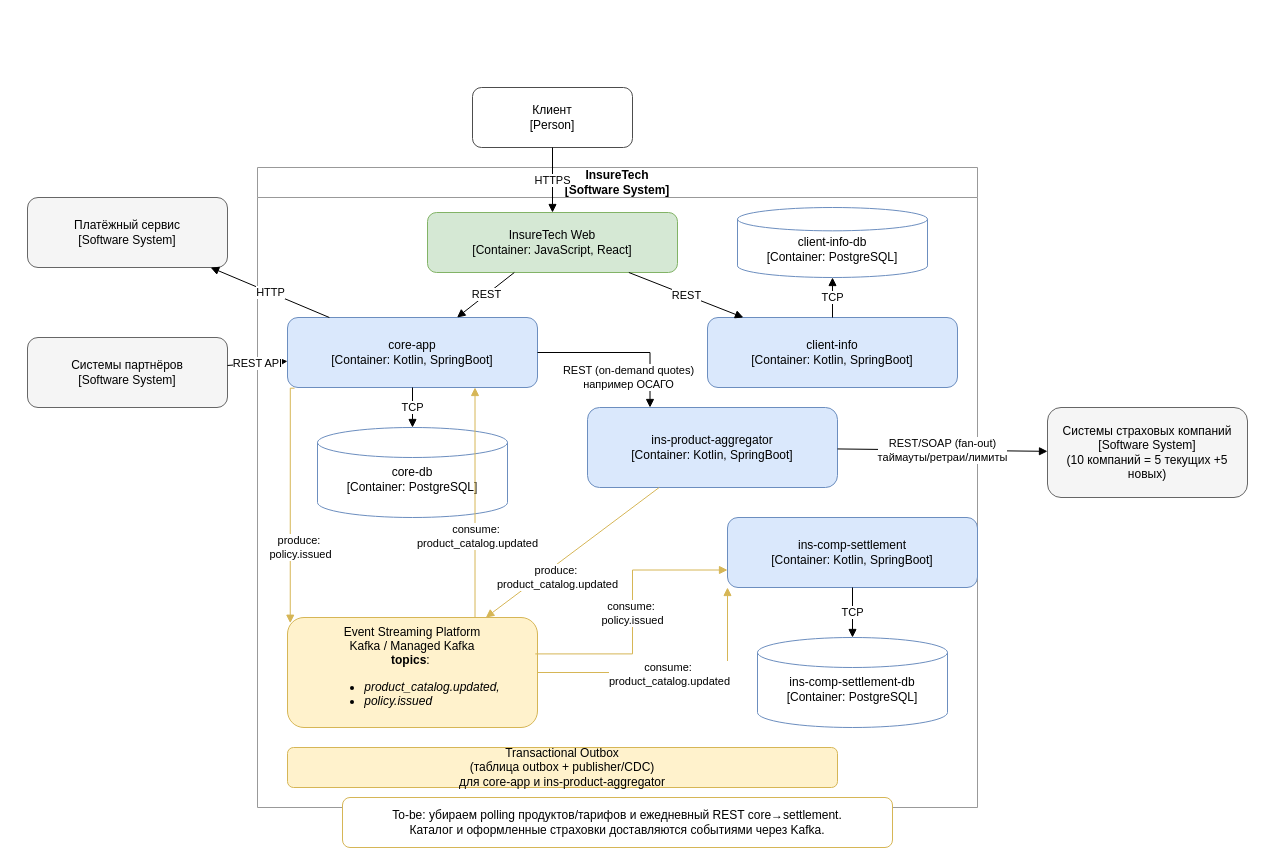
Above: Task3/InsureTech_container_to-be.drawio in aymanstepanova/architecture-insure-tech (draw.io), before the change. Source tidied: cells renumbered, new cells numbered last; positions are measured from the earlier drawing's top-left corner, leaving out a move shared by most shapes. Both pictures are drawn from the tidied source at 100%, with x=0, y=0 at pixel (27, 87).
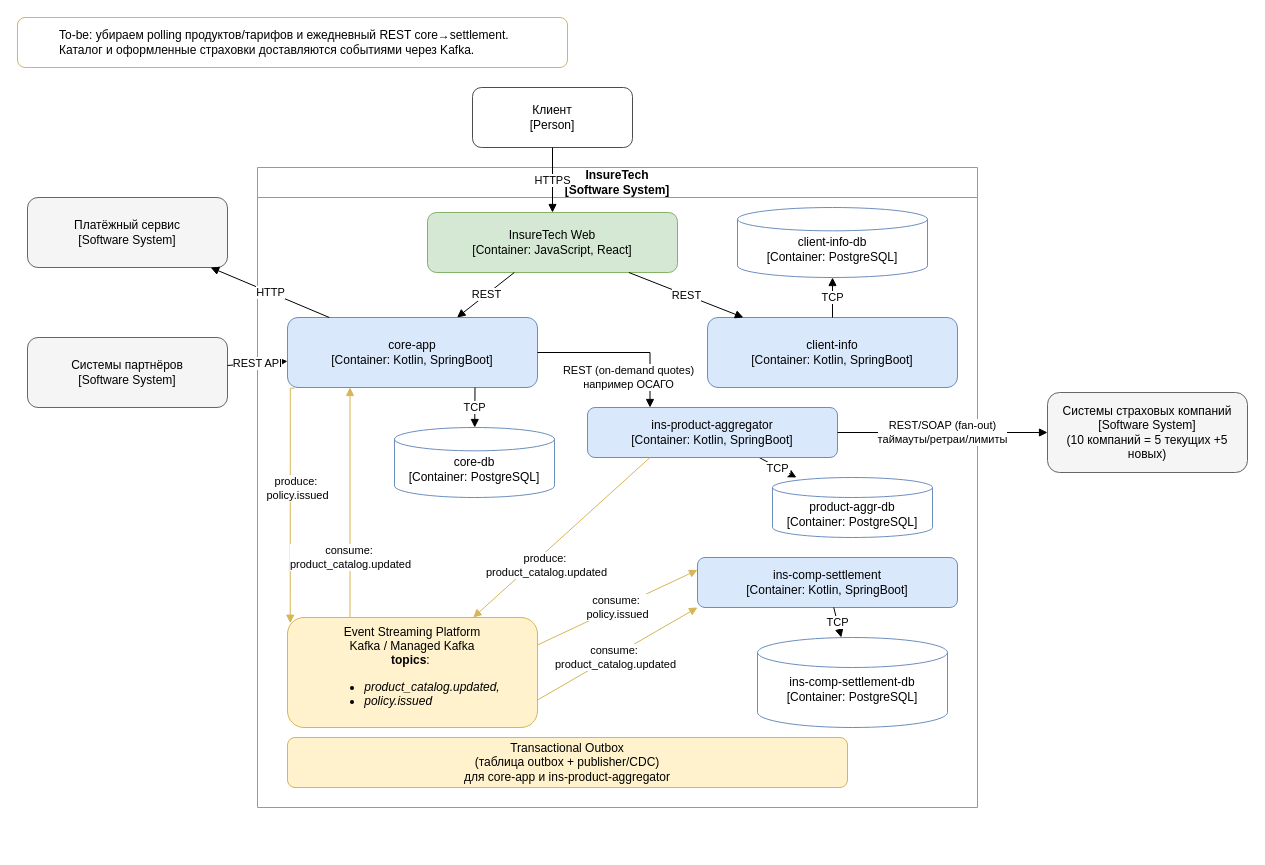
After the change.

The change refers to these unchanged cells:
```xml
<mxCell id="6" value="InsureTech&#10;[Software System]" style="swimlane;whiteSpace=wrap;html=1;rounded=0;strokeColor=#999999;fillColor=none;startSize=30;" parent="1" vertex="1">
  <mxGeometry x="230" y="80" width="720" height="640" as="geometry" />
</mxCell>
<mxCell id="8" value="core-app&#10;[Container: Kotlin, SpringBoot]" style="rounded=1;whiteSpace=wrap;html=1;fillColor=#dae8fc;strokeColor=#6c8ebf;" parent="6" vertex="1">
  <mxGeometry x="30" y="150" width="250" height="70" as="geometry" />
</mxCell>
<mxCell id="15" value="Event Streaming Platform&lt;br&gt;Kafka / Managed Kafka&lt;br&gt;&lt;b&gt;topics&lt;/b&gt;:&amp;nbsp;&lt;div&gt;&lt;div style=&quot;text-align: left;&quot;&gt;&lt;ul&gt;&lt;li&gt;&lt;i style=&quot;background-color: transparent; color: light-dark(rgb(0, 0, 0), rgb(255, 255, 255));&quot;&gt;product_catalog.updated,&lt;/i&gt;&lt;/li&gt;&lt;li&gt;&lt;i&gt;policy.issued&lt;/i&gt;&lt;/li&gt;&lt;/ul&gt;&lt;/div&gt;&lt;/div&gt;" style="rounded=1;whiteSpace=wrap;html=1;fillColor=#fff2cc;strokeColor=#d6b656;" parent="6" vertex="1">
  <mxGeometry x="30" y="450" width="250" height="110" as="geometry" />
</mxCell>
```

Change to the diagram source:
```diff
@@
     <mxCell id="5" value="Системы страховых компаний&lt;br&gt;[Software System]&lt;br&gt;(10 компаний = 5 текущих +5 новых)" style="rounded=1;whiteSpace=wrap;html=1;fillColor=#f5f5f5;strokeColor=#666666;" parent="1" vertex="1">
-      <mxGeometry x="1020" y="320" width="200" height="90" as="geometry" />
+      <mxGeometry x="1020" y="305" width="200" height="80" as="geometry" />
     </mxCell>
@@
+    <mxCell id="33" style="rounded=0;jettySize=auto;html=1;" parent="6" edge="1" source="10" target="35">
+      <mxGeometry relative="1" as="geometry" />
+    </mxCell>
+    <mxCell id="34" value="TCP" style="edgeLabel;html=1;align=center;verticalAlign=middle;" parent="33" vertex="1">
+      <mxGeometry x="0.01" y="-1" relative="1" as="geometry" />
+    </mxCell>
     <mxCell id="10" value="ins-product-aggregator&#10;[Container: Kotlin, SpringBoot]" style="rounded=1;whiteSpace=wrap;html=1;fillColor=#dae8fc;strokeColor=#6c8ebf;" parent="6" vertex="1">
-      <mxGeometry x="330" y="240" width="250" height="80" as="geometry" />
+      <mxGeometry x="330" y="240" width="250" height="50" as="geometry" />
     </mxCell>
     <mxCell id="11" value="ins-comp-settlement&#10;[Container: Kotlin, SpringBoot]" style="rounded=1;whiteSpace=wrap;html=1;fillColor=#dae8fc;strokeColor=#6c8ebf;" parent="6" vertex="1">
-      <mxGeometry x="470" y="350" width="250" height="70" as="geometry" />
+      <mxGeometry x="440" y="390" width="260" height="50" as="geometry" />
     </mxCell>
     <mxCell id="12" value="&lt;div&gt;&lt;br&gt;&lt;/div&gt;core-db&lt;br&gt;[Container: PostgreSQL]" style="shape=mxgraph.flowchart.database;whiteSpace=wrap;html=1;fillColor=#ffffff;strokeColor=#6c8ebf;" parent="6" vertex="1">
-      <mxGeometry x="60" y="260" width="190" height="90" as="geometry" />
+      <mxGeometry x="137" y="260" width="160" height="70" as="geometry" />
     </mxCell>
@@
     <mxCell id="16" value="Transactional Outbox&#10;(таблица outbox + publisher/CDC)&#10;для core-app и ins-product-aggregator" style="rounded=1;whiteSpace=wrap;html=1;fillColor=#fff2cc;strokeColor=#d6b656;" parent="6" vertex="1">
-      <mxGeometry x="30" y="580" width="550" height="40" as="geometry" />
+      <mxGeometry x="30" y="570" width="560" height="50" as="geometry" />
     </mxCell>
     <mxCell id="17" value="produce:&amp;nbsp;&lt;div&gt;policy.issued&lt;/div&gt;" style="endArrow=block;html=1;rounded=0;strokeColor=#d6b656;entryX=0.011;entryY=0.052;entryDx=0;entryDy=0;entryPerimeter=0;exitX=0.028;exitY=1.01;exitDx=0;exitDy=0;exitPerimeter=0;edgeStyle=orthogonalEdgeStyle;" parent="6" edge="1" source="8" target="15">
-      <mxGeometry x="0.36" y="10" relative="1" as="geometry">
+      <mxGeometry x="-0.13" y="7" relative="1" as="geometry">
         <Array as="points">
           <mxPoint x="33" y="221" />
         </Array>
       </mxGeometry>
     </mxCell>
-    <mxCell id="18" value="consume:&amp;nbsp;&lt;div&gt;policy.issued&lt;/div&gt;" style="endArrow=block;html=1;rounded=0;strokeColor=#d6b656;exitX=0.991;exitY=0.331;exitDx=0;exitDy=0;exitPerimeter=0;edgeStyle=orthogonalEdgeStyle;entryX=0;entryY=0.75;entryDx=0;entryDy=0;" parent="6" edge="1" source="15" target="11">
+    <mxCell id="18" value="consume:&amp;nbsp;&lt;div&gt;policy.issued&lt;/div&gt;" style="endArrow=block;html=1;rounded=0;strokeColor=#d6b656;exitX=1;exitY=0.25;exitDx=0;exitDy=0;entryX=0;entryY=0.25;entryDx=0;entryDy=0;" parent="6" edge="1" source="15" target="11">
       <mxGeometry relative="1" as="geometry" />
     </mxCell>
+    <mxCell id="35" value="&lt;div&gt;&lt;br&gt;&lt;/div&gt;product-aggr-db&lt;br&gt;[Container: PostgreSQL]" style="shape=mxgraph.flowchart.database;whiteSpace=wrap;html=1;fillColor=#ffffff;strokeColor=#6c8ebf;verticalAlign=middle;" parent="6" vertex="1">
+      <mxGeometry x="515" y="310" width="160" height="60" as="geometry" />
+    </mxCell>
+    <mxCell id="30" value="consume:&amp;nbsp;&lt;div&gt;product_catalog.updated&lt;/div&gt;" style="endArrow=block;html=1;rounded=0;strokeColor=#d6b656;exitX=0.25;exitY=0;exitDx=0;exitDy=0;entryX=0.25;entryY=1;entryDx=0;entryDy=0;" parent="6" edge="1" source="15" target="8">
+      <mxGeometry x="-0.48" relative="1" as="geometry" />
+    </mxCell>
@@
-    <mxCell id="24" value="TCP" style="endArrow=block;html=1;rounded=0;" parent="1" edge="1" source="8" target="12">
+    <mxCell id="24" value="TCP" style="endArrow=block;html=1;rounded=0;exitX=0.75;exitY=1;exitDx=0;exitDy=0;" parent="1" edge="1" source="8" target="12">
       <mxGeometry relative="1" as="geometry" />
     </mxCell>
@@
-    <mxCell id="29" value="produce:&amp;nbsp;&lt;div&gt;product_catalog.updated&lt;/div&gt;" style="endArrow=block;html=1;rounded=0;strokeColor=#d6b656;" parent="1" edge="1" source="10" target="15">
+    <mxCell id="29" value="produce:&amp;nbsp;&lt;div&gt;product_catalog.updated&lt;/div&gt;" style="endArrow=block;html=1;rounded=0;strokeColor=#d6b656;exitX=0.25;exitY=1;exitDx=0;exitDy=0;" parent="1" edge="1" source="10" target="15">
       <mxGeometry x="0.25" y="11" relative="1" as="geometry" />
     </mxCell>
-    <mxCell id="30" value="consume:&amp;nbsp;&lt;div&gt;product_catalog.updated&lt;/div&gt;" style="endArrow=block;html=1;rounded=0;strokeColor=#d6b656;entryX=0.75;entryY=1;entryDx=0;entryDy=0;exitX=0.75;exitY=0;exitDx=0;exitDy=0;" parent="1" edge="1" source="15" target="8">
-      <mxGeometry x="-0.3" y="-2" relative="1" as="geometry" />
-    </mxCell>
-    <mxCell id="31" value="consume:&amp;nbsp;&lt;div&gt;product_catalog.updated&lt;/div&gt;" style="endArrow=block;html=1;rounded=0;strokeColor=#d6b656;edgeStyle=orthogonalEdgeStyle;entryX=0;entryY=1;entryDx=0;entryDy=0;" parent="1" edge="1" source="15" target="11">
-      <mxGeometry x="-0.04" y="-2" relative="1" as="geometry">
-        <Array as="points">
-          <mxPoint x="700" y="585" />
-        </Array>
-      </mxGeometry>
+    <mxCell id="31" value="consume:&amp;nbsp;&lt;div&gt;product_catalog.updated&lt;/div&gt;" style="endArrow=block;html=1;rounded=0;strokeColor=#d6b656;entryX=0;entryY=1;entryDx=0;entryDy=0;exitX=1;exitY=0.75;exitDx=0;exitDy=0;" parent="1" edge="1" source="15" target="11">
+      <mxGeometry x="-0.04" y="-2" relative="1" as="geometry" />
     </mxCell>
-    <mxCell id="32" value="To-be: убираем polling продуктов/тарифов и ежедневный REST core→settlement.&#10;Каталог и оформленные страховки доставляются событиями через Kafka." style="rounded=1;whiteSpace=wrap;html=1;fillColor=#ffffff;strokeColor=#d6b656;" parent="1" vertex="1">
-      <mxGeometry x="315" y="710" width="550" height="50" as="geometry" />
+    <mxCell id="32" value="&lt;blockquote style=&quot;margin: 0 0 0 40px; border: none; padding: 0px;&quot;&gt;To-be: убираем polling продуктов/тарифов и ежедневный REST core→settlement.&lt;br&gt;Каталог и оформленные страховки доставляются событиями через Kafka.&lt;/blockquote&gt;" style="rounded=1;whiteSpace=wrap;html=1;fillColor=#ffffff;strokeColor=#d6b656;align=left;" parent="1" vertex="1">
+      <mxGeometry x="-10" y="-70" width="550" height="50" as="geometry" />
     </mxCell>
```
